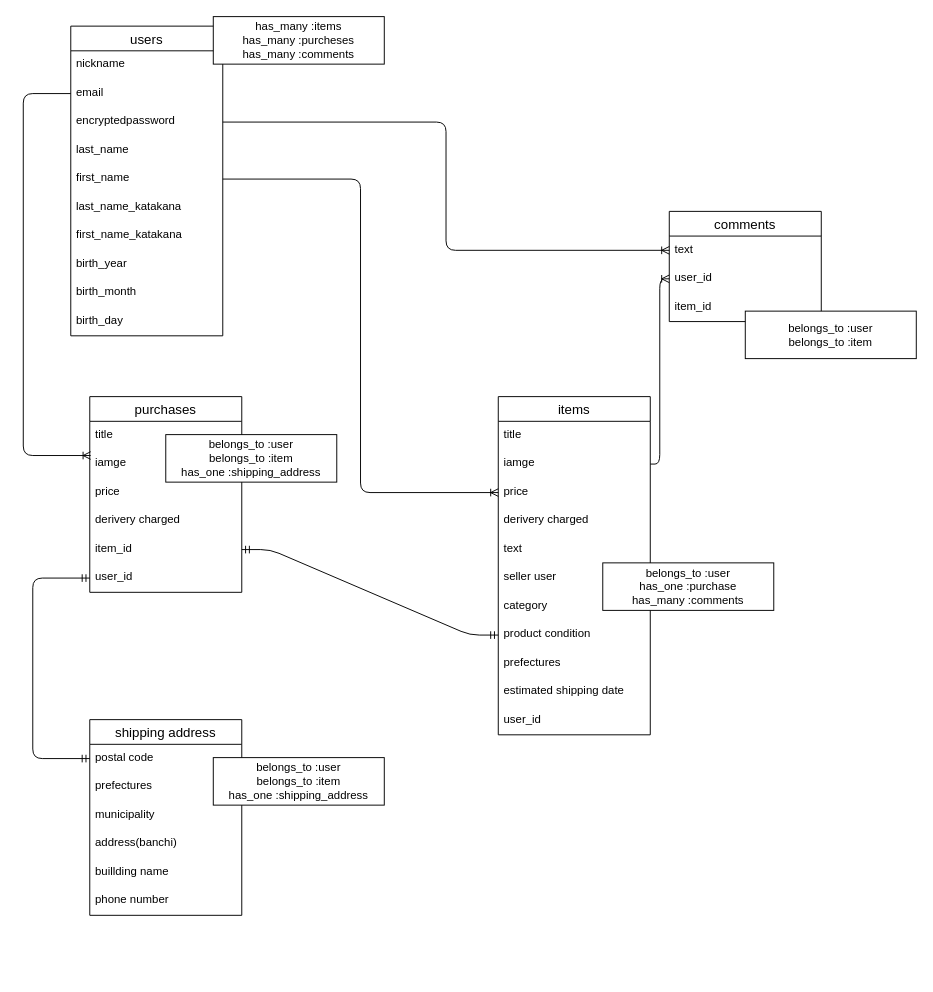
The draw.io diagram ER.dio in onouchi/furima-34266, before the edit. Source tidied: cells renumbered, new cells numbered last; positions are measured from the earlier drawing's top-left corner, leaving out a move shared by most shapes. Both pictures are drawn from the tidied source at 95%, with x=0, y=0 at pixel (23, 16).
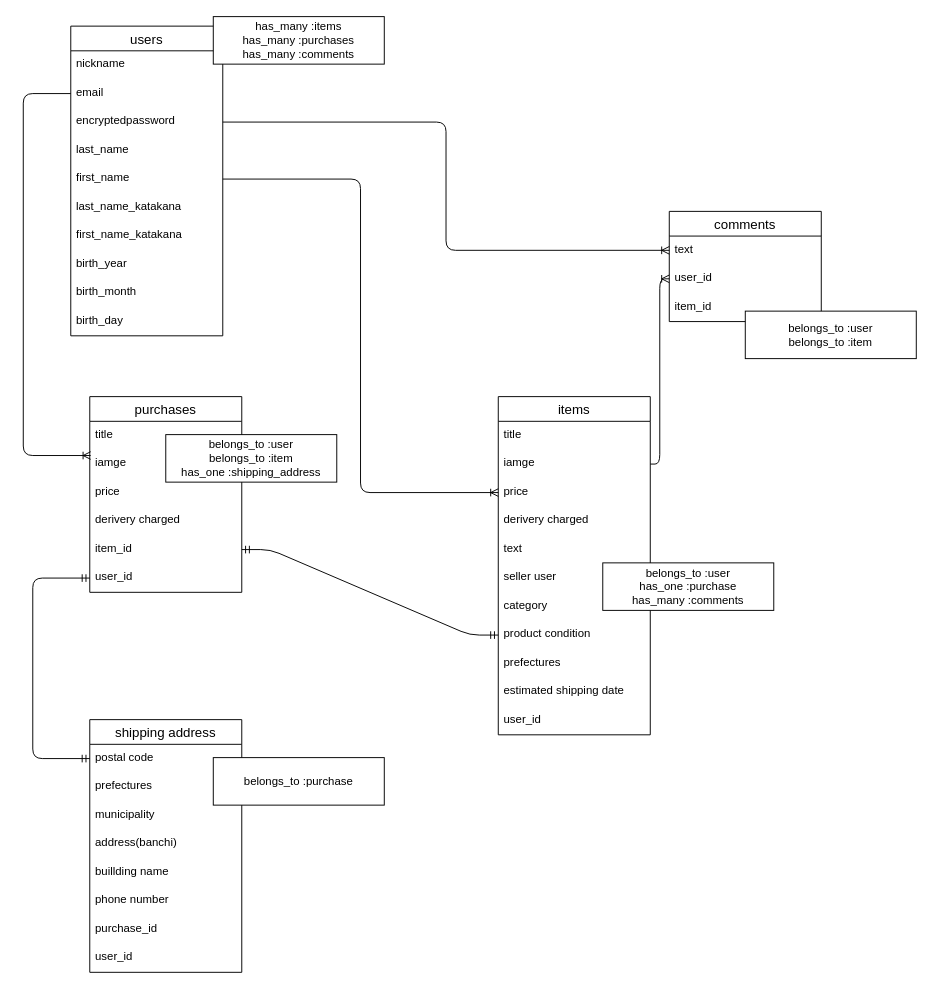
The same diagram, later.

Commit message (it also covers changes not shown here):
テーブル設計4

Diff of the diagram source:
```diff
@@
-    <mxCell id="41" value="has_many :items&lt;br&gt;has_many :purcheses&lt;br&gt;has_many :comments" style="whiteSpace=wrap;html=1;align=center;" parent="1" vertex="1">
+    <mxCell id="41" value="has_many :items&lt;br&gt;has_many :purchases&lt;br&gt;has_many :comments" style="whiteSpace=wrap;html=1;align=center;" parent="1" vertex="1">
       <mxGeometry x="200" width="180" height="50" as="geometry" />
     </mxCell>
@@
     <mxCell id="45" value="shipping address" style="swimlane;fontStyle=0;horizontal=1;startSize=26;align=center;fontSize=14;" parent="1" vertex="1">
-      <mxGeometry x="70" y="740" width="160" height="206" as="geometry" />
+      <mxGeometry x="70" y="740" width="160" height="266" as="geometry" />
     </mxCell>
@@
+    <mxCell id="54" value="purchase_id" style="text;strokeColor=none;fillColor=none;spacingLeft=4;spacingRight=4;overflow=hidden;fontSize=12;" parent="45" vertex="1">
+      <mxGeometry y="206" width="160" height="30" as="geometry" />
+    </mxCell>
+    <mxCell id="55" value="user_id" style="text;strokeColor=none;fillColor=none;spacingLeft=4;spacingRight=4;overflow=hidden;fontSize=12;" parent="45" vertex="1">
+      <mxGeometry y="236" width="160" height="30" as="geometry" />
+    </mxCell>
@@
-    <mxCell id="53" value="belongs_to :user&lt;br&gt;belongs_to :item&lt;br&gt;has_one :shipping_address&lt;span style=&quot;color: rgba(0 , 0 , 0 , 0) ; font-family: monospace ; font-size: 0px&quot;&gt;ha%3CmxGraphModel%3E%3Croot%3E%3CmxCell%20id%3D%220%22%2F%3E%3CmxCell%20id%3D%221%22%20parent%3D%220%22%2F%3E%3CmxCell%20id%3D%222%22%20value%3D%22belongs%20to%20%3Auser%26lt%3Bbr%26gt%3Bbelongs%20to%20%3Apurchase%26lt%3Bbr%26gt%3Bhas_many%20%3Acomments%22%20style%3D%22whiteSpace%3Dwrap%3Bhtml%3D1%3Balign%3Dcenter%3B%22%20vertex%3D%221%22%20parent%3D%221%22%3E%3CmxGeometry%20x%3D%22531%22%20y%3D%22536%22%20width%3D%22180%22%20height%3D%2250%22%20as%3D%22geometry%22%2F%3E%3C%2FmxCell%3E%3C%2Froot%3E%3C%2FmxGraphModel%3&lt;br&gt;&lt;/span&gt;" style="whiteSpace=wrap;html=1;align=center;" parent="1" vertex="1">
+    <mxCell id="53" value="belongs_to :purchase&lt;span style=&quot;color: rgba(0 , 0 , 0 , 0) ; font-family: monospace ; font-size: 0px&quot;&gt;ha%3CmxGraphModel%3E%3Croot%3E%3CmxCell%20id%3D%220%22%2F%3E%3CmxCell%20id%3D%221%22%20parent%3D%220%22%2F%3E%3CmxCell%20id%3D%222%22%20value%3D%22belongs%20to%20%3Auser%26lt%3Bbr%26gt%3Bbelongs%20to%20%3Apurchase%26lt%3Bbr%26gt%3Bhas_many%20%3Acomments%22%20style%3D%22whiteSpace%3Dwrap%3Bhtml%3D1%3Balign%3Dcenter%3B%22%20vertex%3D%221%22%20parent%3D%221%22%3E%3CmxGeometry%20x%3D%22531%22%20y%3D%22536%22%20width%3D%22180%22%20height%3D%2250%22%20as%3D%22geometry%22%2F%3E%3C%2FmxCell%3E%3C%2Froot%3E%3C%2FmxGraphModel%3&lt;br&gt;&lt;/span&gt;" style="whiteSpace=wrap;html=1;align=center;" parent="1" vertex="1">
       <mxGeometry x="200" y="780" width="180" height="50" as="geometry" />
     </mxCell>
```
